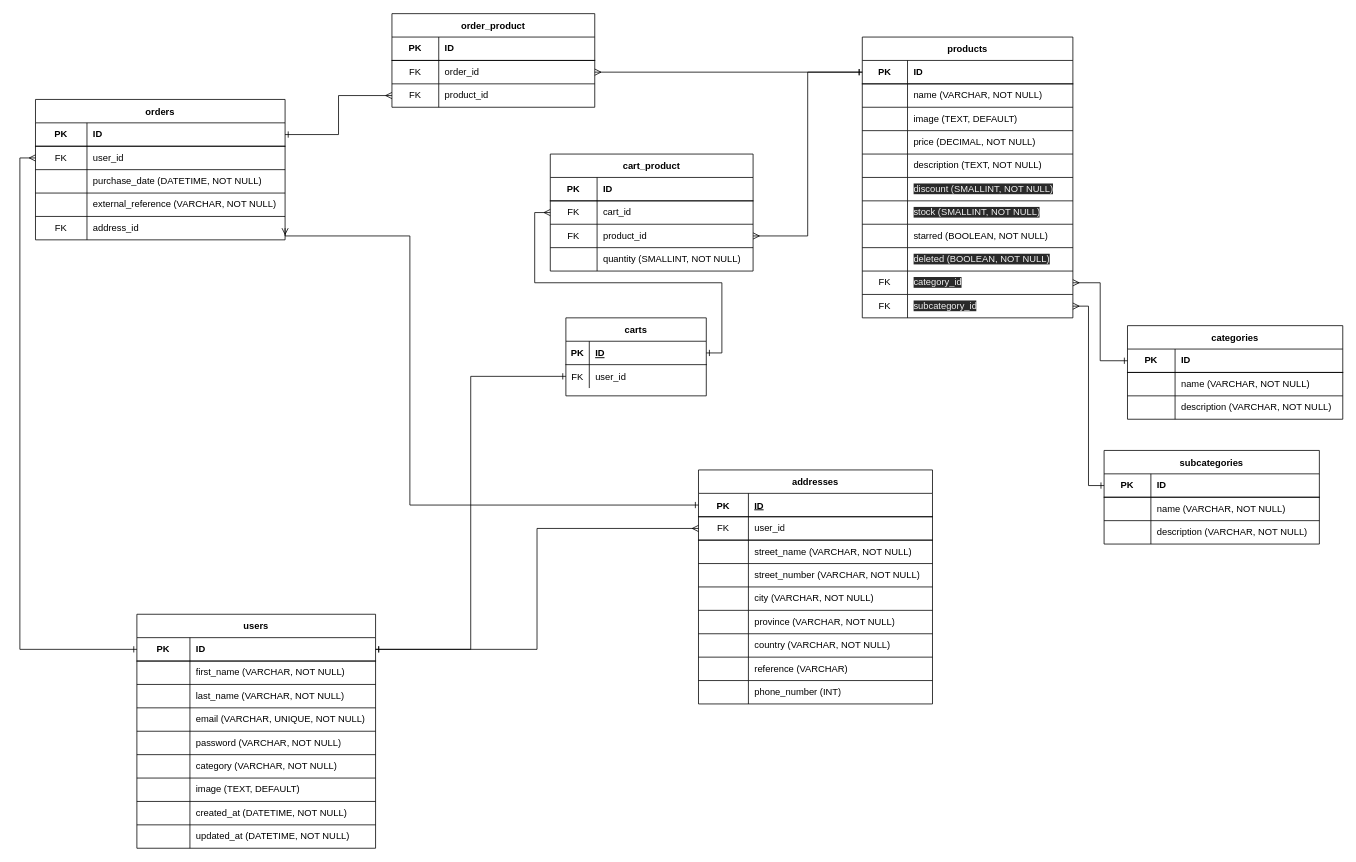
0621CDFSNCN12LAED/grupo-12 keeps this draw.io diagram as decamping-ERD.drawio. Above is the earlier version. Source tidied: cells renumbered, new cells numbered last; positions are measured from the earlier drawing's top-left corner, leaving out a move shared by most shapes. Both pictures are drawn from the tidied source at 78%, with x=0, y=0 at pixel (35, 13).
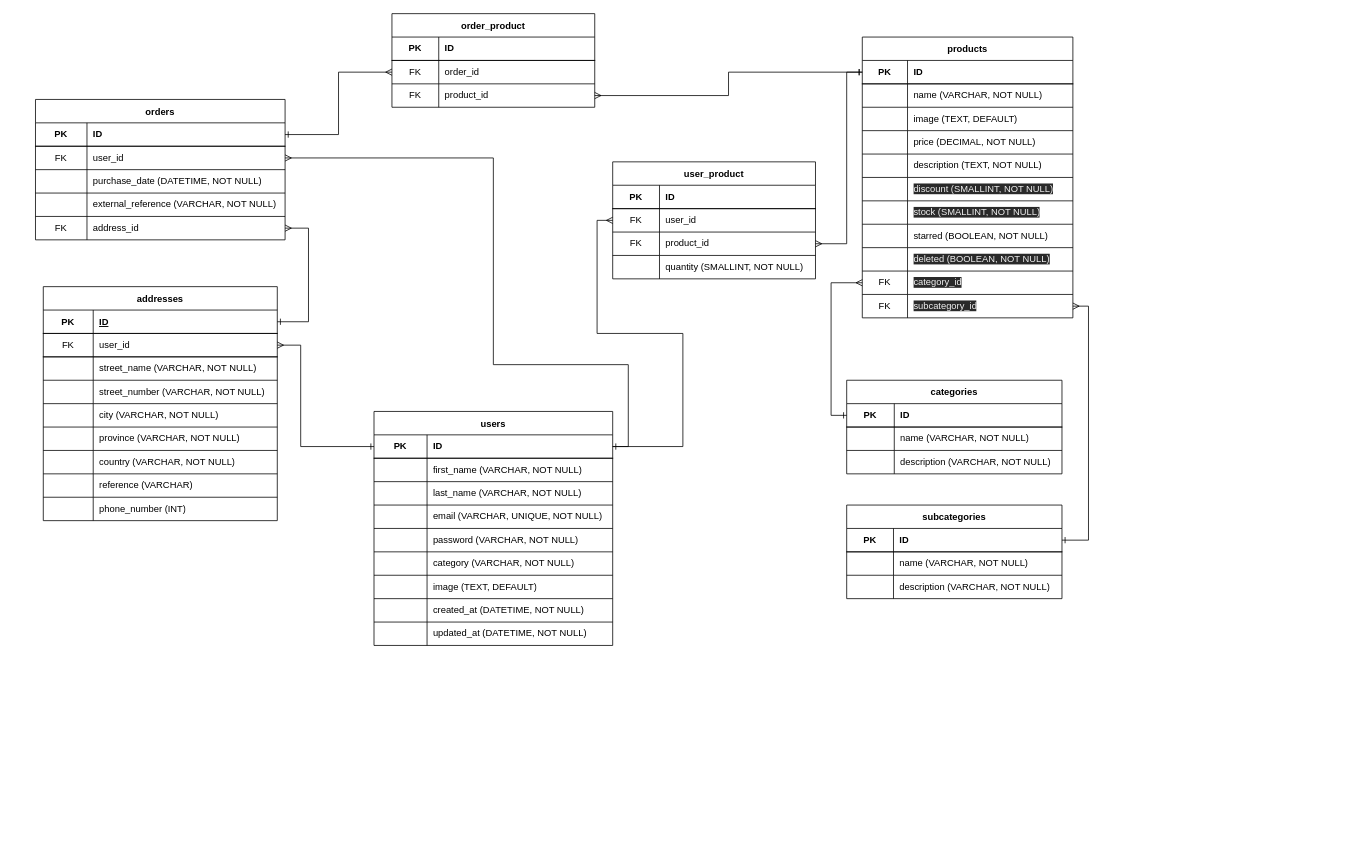
The same page after the edit.

Commit message (it also covers changes not shown here):
Eliminated cart & cart_product entities from DB. Replaced instead for user_product entity.

Unchanged cells that the change refers to:
```xml
<mxCell id="3" style="shape=partialRectangle;html=1;whiteSpace=wrap;fillColor=none;top=0;left=0;bottom=1;right=0;points=[[0,0.5],[1,0.5]];portConstraint=eastwest;" parent="2" vertex="1">
  <mxGeometry y="30" width="270" height="30" as="geometry" />
</mxCell>
<mxCell id="30" style="shape=partialRectangle;html=1;whiteSpace=wrap;fillColor=none;top=0;left=0;bottom=0;right=0;points=[[0,0.5],[1,0.5]];portConstraint=eastwest;" parent="2" vertex="1">
  <mxGeometry y="300" width="270" height="30" as="geometry" />
</mxCell>
<mxCell id="37" style="shape=partialRectangle;html=1;whiteSpace=wrap;fillColor=none;top=0;left=0;bottom=1;right=0;points=[[0,0.5],[1,0.5]];portConstraint=eastwest;" parent="36" vertex="1">
  <mxGeometry y="30" width="276" height="30" as="geometry" />
</mxCell>
<mxCell id="57" style="shape=partialRectangle;html=1;whiteSpace=wrap;fillColor=none;top=0;left=0;bottom=1;right=0;points=[[0,0.5],[1,0.5]];portConstraint=eastwest;" parent="56" vertex="1">
  <mxGeometry y="30" width="306" height="30" as="geometry" />
</mxCell>
<mxCell id="85" style="shape=partialRectangle;html=1;whiteSpace=wrap;fillColor=none;top=0;left=0;bottom=1;right=0;points=[[0,0.5],[1,0.5]];portConstraint=eastwest;" parent="84" vertex="1">
  <mxGeometry y="30" width="320" height="30" as="geometry" />
</mxCell>
<mxCell id="88" style="shape=partialRectangle;html=1;whiteSpace=wrap;fillColor=none;top=0;left=0;bottom=0;right=0;points=[[0,0.5],[1,0.5]];portConstraint=eastwest;" parent="84" vertex="1">
  <mxGeometry y="60" width="320" height="30" as="geometry" />
</mxCell>
<mxCell id="97" style="shape=partialRectangle;html=1;whiteSpace=wrap;fillColor=none;top=0;left=0;bottom=0;right=0;points=[[0,0.5],[1,0.5]];portConstraint=eastwest;" parent="84" vertex="1">
  <mxGeometry y="150" width="320" height="30" as="geometry" />
</mxCell>
<mxCell id="104" style="shape=partialRectangle;html=1;whiteSpace=wrap;fillColor=none;top=0;left=0;bottom=0;right=0;points=[[0,0.5],[1,0.5]];portConstraint=eastwest;" parent="100" vertex="1">
  <mxGeometry y="60" width="260" height="30" as="geometry" />
</mxCell>
<mxCell id="107" style="shape=partialRectangle;html=1;whiteSpace=wrap;fillColor=none;top=0;left=0;bottom=0;right=0;points=[[0,0.5],[1,0.5]];portConstraint=eastwest;" parent="100" vertex="1">
  <mxGeometry y="90" width="260" height="30" as="geometry" />
</mxCell>
<mxCell id="112" style="shape=partialRectangle;fillColor=none;top=0;left=0;bottom=1;right=0;points=[[0,0.5],[1,0.5]];portConstraint=eastwest;" parent="111" vertex="1">
  <mxGeometry y="30" width="300" height="30" as="geometry" />
</mxCell>
<mxCell id="115" style="shape=partialRectangle;html=1;whiteSpace=wrap;fillColor=none;top=0;left=0;bottom=1;right=0;points=[[0,0.5],[1,0.5]];portConstraint=eastwest;" parent="111" vertex="1">
  <mxGeometry y="60" width="300" height="30" as="geometry" />
</mxCell>
<mxCell id="156" style="shape=partialRectangle;html=1;whiteSpace=wrap;fillColor=none;top=0;left=0;bottom=0;right=0;points=[[0,0.5],[1,0.5]];portConstraint=eastwest;" parent="152" vertex="1">
  <mxGeometry y="60" width="260" height="30" as="geometry" />
</mxCell>
<mxCell id="159" style="shape=partialRectangle;html=1;whiteSpace=wrap;fillColor=none;top=0;left=0;bottom=0;right=0;points=[[0,0.5],[1,0.5]];portConstraint=eastwest;" parent="152" vertex="1">
  <mxGeometry y="90" width="260" height="30" as="geometry" />
</mxCell>
```

The edit, as a diff of the source:
```diff
@@
     <mxCell id="36" value="categories" style="shape=table;startSize=30;childLayout=tableLayout;rowLines=1;fontStyle=1;align=center;" parent="1" vertex="1">
-      <mxGeometry x="1400" y="400" width="276" height="120" as="geometry" />
+      <mxGeometry x="1040" y="470" width="276" height="120" as="geometry" />
     </mxCell>
@@
     <mxCell id="46" value="subcategories" style="shape=table;startSize=30;childLayout=tableLayout;rowLines=1;fontStyle=1;align=center;" parent="1" vertex="1">
-      <mxGeometry x="1370" y="560" width="276" height="120" as="geometry" />
+      <mxGeometry x="1040" y="630" width="276" height="120" as="geometry" />
     </mxCell>
@@
     <mxCell id="56" value="users" style="shape=table;startSize=30;childLayout=tableLayout;rowLines=1;fontStyle=1;align=center;" parent="1" vertex="1">
-      <mxGeometry x="130" y="770" width="306" height="300" as="geometry" />
+      <mxGeometry x="434" y="510" width="306" height="300" as="geometry" />
     </mxCell>
@@
     <mxCell id="111" value="addresses" style="shape=table;startSize=30;childLayout=tableLayout;rowLines=1;fontStyle=1;align=center;" parent="1" vertex="1">
-      <mxGeometry x="850" y="585" width="300" height="300" as="geometry" />
+      <mxGeometry x="10" y="350" width="300" height="300" as="geometry" />
     </mxCell>
@@
-    <mxCell id="139" style="edgeStyle=orthogonalEdgeStyle;rounded=0;jettySize=auto;html=1;exitX=0;exitY=0.5;exitDx=0;exitDy=0;entryX=1;entryY=0.5;entryDx=0;entryDy=0;startArrow=ERone;startFill=0;endArrow=ERmany;endFill=0;" parent="1" edge="1" source="3" target="104">
+    <mxCell id="139" style="edgeStyle=orthogonalEdgeStyle;rounded=0;jettySize=auto;html=1;exitX=0;exitY=0.5;exitDx=0;exitDy=0;entryX=1;entryY=0.5;entryDx=0;entryDy=0;startArrow=ERone;startFill=0;endArrow=ERmany;endFill=0;" parent="1" edge="1" source="3" target="107">
       <mxGeometry relative="1" as="geometry" />
     </mxCell>
-    <mxCell id="140" style="edgeStyle=orthogonalEdgeStyle;rounded=0;jettySize=auto;html=1;exitX=0;exitY=0.5;exitDx=0;exitDy=0;entryX=0;entryY=0.5;entryDx=0;entryDy=0;startArrow=ERone;startFill=0;endArrow=ERmany;endFill=0;" parent="1" edge="1" source="57" target="88">
-      <mxGeometry relative="1" as="geometry" />
+    <mxCell id="140" style="edgeStyle=orthogonalEdgeStyle;rounded=0;jettySize=auto;html=1;exitX=1;exitY=0.5;exitDx=0;exitDy=0;entryX=1;entryY=0.5;entryDx=0;entryDy=0;startArrow=ERone;startFill=0;endArrow=ERmany;endFill=0;" parent="1" edge="1" source="57" target="88">
+      <mxGeometry relative="1" as="geometry">
+        <Array as="points">
+          <mxPoint x="760" y="555" />
+          <mxPoint x="760" y="450" />
+          <mxPoint x="587" y="450" />
+          <mxPoint x="587" y="185" />
+        </Array>
+      </mxGeometry>
     </mxCell>
-    <mxCell id="141" style="edgeStyle=orthogonalEdgeStyle;rounded=0;jettySize=auto;html=1;exitX=1;exitY=0.5;exitDx=0;exitDy=0;entryX=0;entryY=0.5;entryDx=0;entryDy=0;startArrow=ERone;startFill=0;endArrow=ERmany;endFill=0;" parent="1" edge="1" source="57" target="115">
-      <mxGeometry relative="1" as="geometry" />
+    <mxCell id="141" style="edgeStyle=orthogonalEdgeStyle;rounded=0;jettySize=auto;html=1;exitX=0;exitY=0.5;exitDx=0;exitDy=0;entryX=1;entryY=0.5;entryDx=0;entryDy=0;startArrow=ERone;startFill=0;endArrow=ERmany;endFill=0;" parent="1" edge="1" source="57" target="115">
+      <mxGeometry relative="1" as="geometry">
+        <Array as="points">
+          <mxPoint x="340" y="555" />
+          <mxPoint x="340" y="425" />
+        </Array>
+      </mxGeometry>
     </mxCell>
-    <mxCell id="142" style="edgeStyle=orthogonalEdgeStyle;rounded=0;jettySize=auto;html=1;exitX=0;exitY=0.5;exitDx=0;exitDy=0;entryX=1;entryY=0.5;entryDx=0;entryDy=0;endArrow=ERmany;endFill=0;startArrow=ERone;startFill=0;" parent="1" edge="1" source="37" target="30">
+    <mxCell id="142" style="edgeStyle=orthogonalEdgeStyle;rounded=0;jettySize=auto;html=1;exitX=0;exitY=0.5;exitDx=0;exitDy=0;entryX=0;entryY=0.5;entryDx=0;entryDy=0;endArrow=ERmany;endFill=0;startArrow=ERone;startFill=0;" parent="1" edge="1" source="37" target="30">
       <mxGeometry relative="1" as="geometry" />
     </mxCell>
@@
-    <mxCell id="144" style="edgeStyle=orthogonalEdgeStyle;rounded=0;jettySize=auto;html=1;exitX=0;exitY=0.5;exitDx=0;exitDy=0;entryX=1;entryY=0.5;entryDx=0;entryDy=0;endArrow=ERmany;endFill=0;startArrow=ERone;startFill=0;" parent="1" edge="1" source="112" target="97">
+    <mxCell id="144" style="edgeStyle=orthogonalEdgeStyle;rounded=0;jettySize=auto;html=1;exitX=1;exitY=0.5;exitDx=0;exitDy=0;entryX=1;entryY=0.5;entryDx=0;entryDy=0;endArrow=ERmany;endFill=0;startArrow=ERone;startFill=0;" parent="1" edge="1" source="112" target="97">
       <mxGeometry relative="1" as="geometry">
         <Array as="points">
-          <mxPoint x="480" y="630" />
-          <mxPoint x="480" y="285" />
+          <mxPoint x="350" y="395" />
+          <mxPoint x="350" y="275" />
         </Array>
       </mxGeometry>
     </mxCell>
-    <mxCell id="145" value="carts" style="shape=table;startSize=30;childLayout=tableLayout;rowLines=0;fontStyle=1;align=center;" parent="1" vertex="1">
-      <mxGeometry x="680" y="390" width="180" height="100" as="geometry" />
-    </mxCell>
-    <mxCell id="146" style="shape=partialRectangle;fillColor=none;top=0;left=0;bottom=1;right=0;points=[[0,0.5],[1,0.5]];portConstraint=eastwest;" parent="145" vertex="1">
-      <mxGeometry y="30" width="180" height="30" as="geometry" />
-    </mxCell>
-    <mxCell id="147" value="PK" style="shape=partialRectangle;fillColor=none;top=0;left=0;bottom=0;right=0;fontStyle=1;overflow=hidden;" parent="146" vertex="1">
-      <mxGeometry width="30" height="30" as="geometry" />
-    </mxCell>
-    <mxCell id="148" value="ID" style="shape=partialRectangle;fillColor=none;top=0;left=0;bottom=0;right=0;align=left;spacingLeft=6;fontStyle=5;overflow=hidden;" parent="146" vertex="1">
-      <mxGeometry x="30" width="150" height="30" as="geometry" />
-    </mxCell>
-    <mxCell id="149" style="shape=partialRectangle;fillColor=none;top=0;left=0;bottom=0;right=0;points=[[0,0.5],[1,0.5]];portConstraint=eastwest;" parent="145" vertex="1">
-      <mxGeometry y="60" width="180" height="30" as="geometry" />
-    </mxCell>
-    <mxCell id="150" value="FK" style="shape=partialRectangle;fillColor=none;top=0;left=0;bottom=0;right=0;overflow=hidden;" parent="149" vertex="1">
-      <mxGeometry width="30" height="30" as="geometry" />
-    </mxCell>
-    <mxCell id="151" value="user_id" style="shape=partialRectangle;fillColor=none;top=0;left=0;bottom=0;right=0;align=left;spacingLeft=6;overflow=hidden;" parent="149" vertex="1">
-      <mxGeometry x="30" width="150" height="30" as="geometry" />
-    </mxCell>
-    <mxCell id="152" value="cart_product" style="shape=table;startSize=30;childLayout=tableLayout;rowLines=1;fontStyle=1;align=center;" parent="1" vertex="1">
-      <mxGeometry x="660" y="180" width="260" height="150" as="geometry" />
+    <mxCell id="152" value="user_product" style="shape=table;startSize=30;childLayout=tableLayout;rowLines=1;fontStyle=1;align=center;" parent="1" vertex="1">
+      <mxGeometry x="740" y="190" width="260" height="150" as="geometry" />
     </mxCell>
@@
-    <mxCell id="158" value="cart_id&amp;nbsp;" style="shape=partialRectangle;html=1;whiteSpace=wrap;fillColor=none;top=0;left=0;bottom=0;right=0;align=left;spacingLeft=6;overflow=hidden;" parent="156" vertex="1">
+    <mxCell id="158" value="user_id&amp;nbsp;" style="shape=partialRectangle;html=1;whiteSpace=wrap;fillColor=none;top=0;left=0;bottom=0;right=0;align=left;spacingLeft=6;overflow=hidden;" parent="156" vertex="1">
       <mxGeometry x="60" width="200" height="30" as="geometry" />
     </mxCell>
@@
-    <mxCell id="166" style="edgeStyle=orthogonalEdgeStyle;rounded=0;jettySize=auto;html=1;entryX=0;entryY=0.5;entryDx=0;entryDy=0;endArrow=ERmany;endFill=0;startArrow=ERone;startFill=0;" parent="1" edge="1" source="85" target="107">
+    <mxCell id="166" style="edgeStyle=orthogonalEdgeStyle;rounded=0;jettySize=auto;html=1;entryX=0;entryY=0.5;entryDx=0;entryDy=0;endArrow=ERmany;endFill=0;startArrow=ERone;startFill=0;" parent="1" edge="1" source="85" target="104">
       <mxGeometry relative="1" as="geometry" />
     </mxCell>
-    <mxCell id="167" style="edgeStyle=orthogonalEdgeStyle;rounded=0;jettySize=auto;html=1;entryX=0;entryY=0.5;entryDx=0;entryDy=0;startArrow=ERone;startFill=0;endArrow=ERmany;endFill=0;" parent="1" edge="1" source="146" target="156">
-      <mxGeometry relative="1" as="geometry" />
-    </mxCell>
     <mxCell id="168" style="edgeStyle=orthogonalEdgeStyle;rounded=0;jettySize=auto;html=1;entryX=1;entryY=0.5;entryDx=0;entryDy=0;startArrow=ERone;startFill=0;endArrow=ERmany;endFill=0;" parent="1" edge="1" source="3" target="159">
-      <mxGeometry relative="1" as="geometry" />
+      <mxGeometry relative="1" as="geometry">
+        <Array as="points">
+          <mxPoint x="1040" y="75" />
+          <mxPoint x="1040" y="295" />
+        </Array>
+      </mxGeometry>
     </mxCell>
-    <mxCell id="169" style="edgeStyle=orthogonalEdgeStyle;rounded=0;jettySize=auto;html=1;entryX=0;entryY=0.5;entryDx=0;entryDy=0;startArrow=ERone;startFill=0;endArrow=ERone;endFill=0;" parent="1" edge="1" source="57" target="149">
-      <mxGeometry relative="1" as="geometry" />
+    <mxCell id="169" style="edgeStyle=orthogonalEdgeStyle;rounded=0;jettySize=auto;html=1;entryX=0;entryY=0.5;entryDx=0;entryDy=0;endArrow=ERmany;endFill=0;" parent="1" edge="1" source="57" target="156">
+      <mxGeometry relative="1" as="geometry">
+        <Array as="points">
+          <mxPoint x="830" y="555" />
+          <mxPoint x="830" y="410" />
+          <mxPoint x="720" y="410" />
+          <mxPoint x="720" y="265" />
+        </Array>
+      </mxGeometry>
     </mxCell>
```
